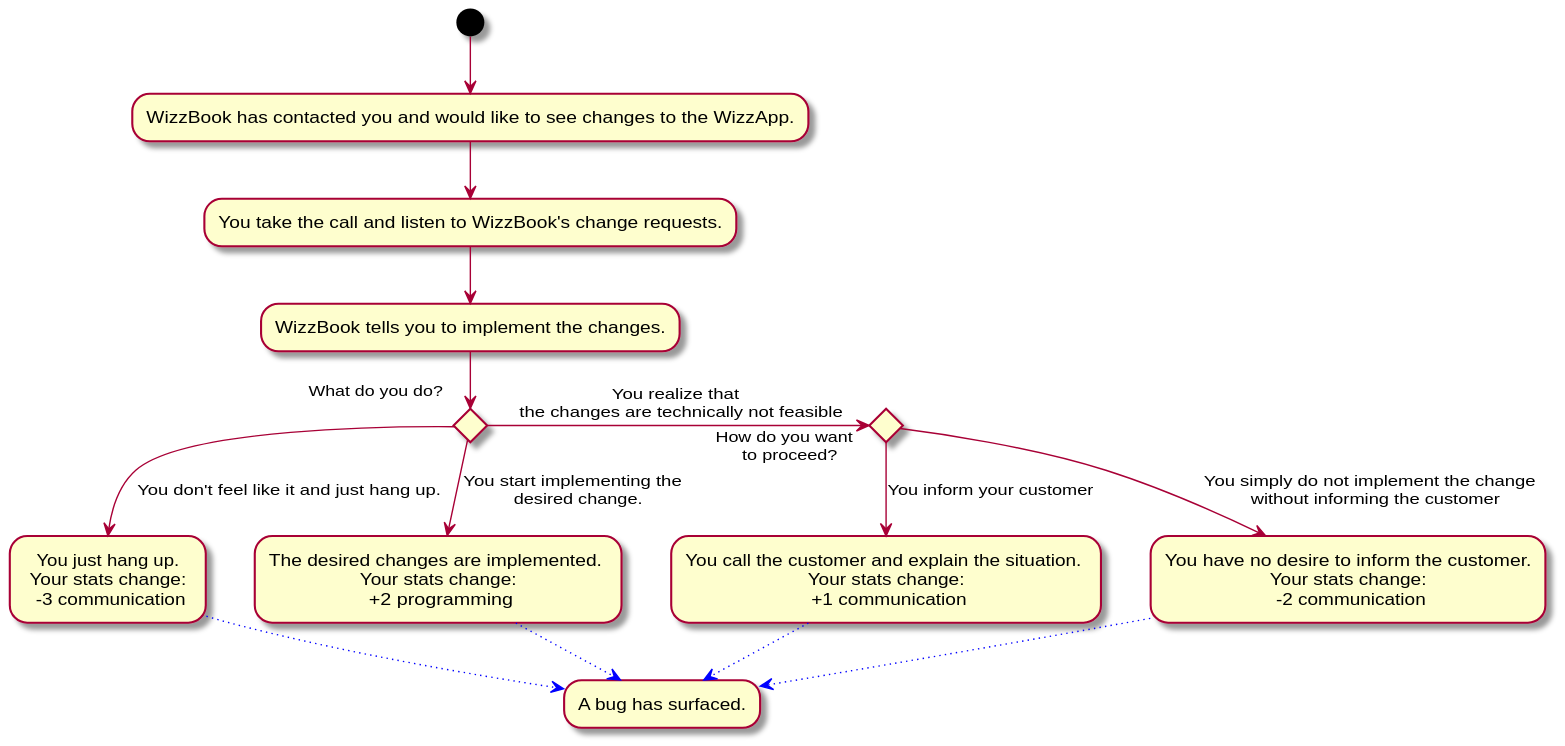
The PlantUML diagram Docs/Technical Specifications/docs/diagrams/StoryFlow/StoryFlow_Decision_10.svg in Brotenko/QualityQuest, before a commit.
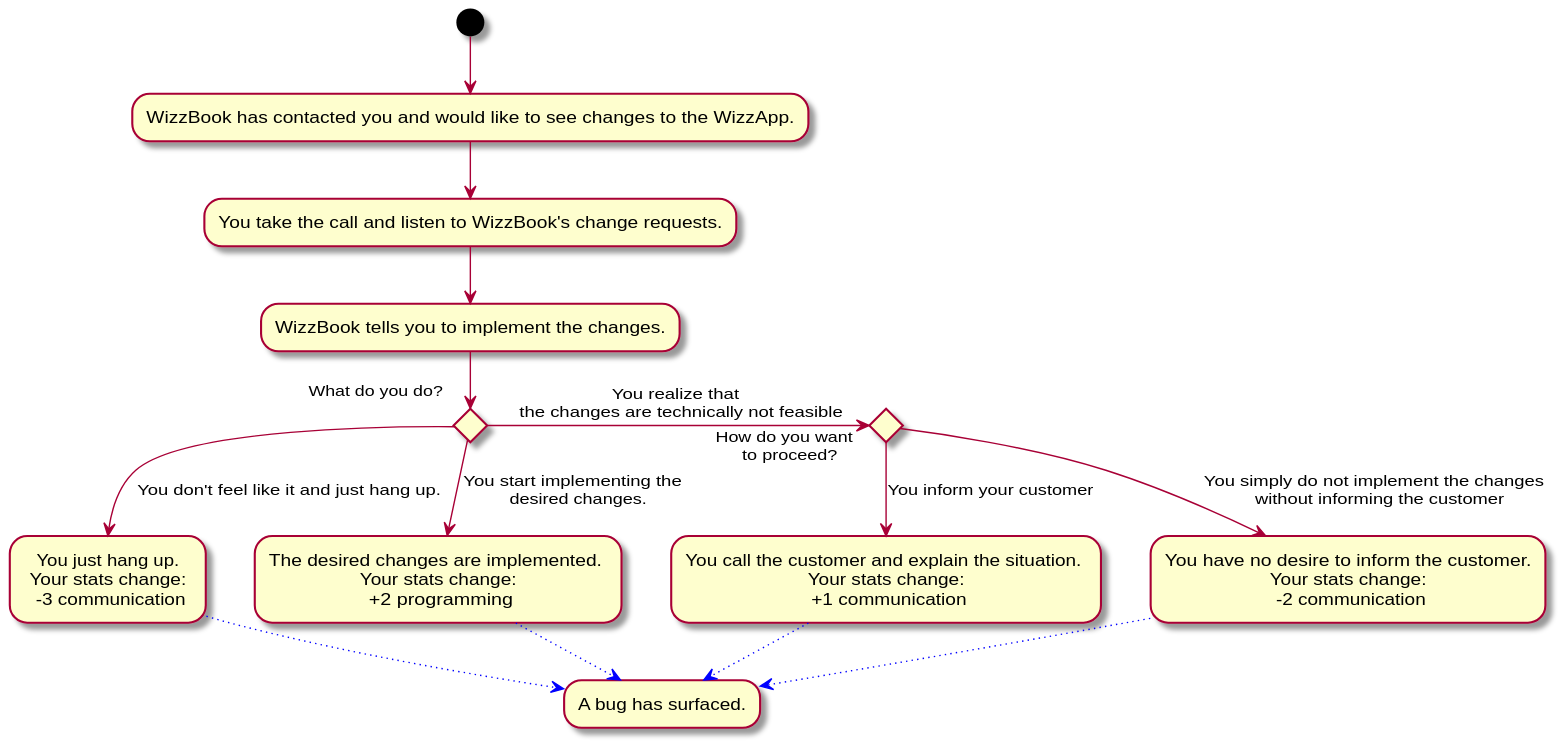
After the change.

Commit message:
fixed consistency in story_flow_decision_10

Diff of the diagram source:
```diff
@@ -5,13 +5,13 @@
 if " What do you do?" then
 --> [You don't feel like it and just hang up.] "You just hang up.\n Your stats change: \n -3 communication" as a1
 else
---> [You start implementing the \n desired change.] "The desired changes are implemented. \n Your stats change: \n +2 programming" as a2
+--> [You start implementing the \n desired changes.] "The desired changes are implemented. \n Your stats change: \n +2 programming" as a2
 else
 
 -right-> [You realize that \n the changes are technically not feasible] if "How do you want \n to proceed?" then
 --> [You inform your customer] "You call the customer and explain the situation. \n Your stats change: \n +1 communication" as b1
 else
---> [You simply do not implement the change \n without informing the customer] "You have no desire to inform the customer.\n Your stats change: \n -2 communication"
+--> [You simply do not implement the changes \n without informing the customer] "You have no desire to inform the customer.\n Your stats change: \n -2 communication"
 -[#blue,dotted]-> "A bug has surfaced." as bug
 a1 -[#blue,dotted]-> bug
 a2 -[#blue,dotted]-> bug
```
